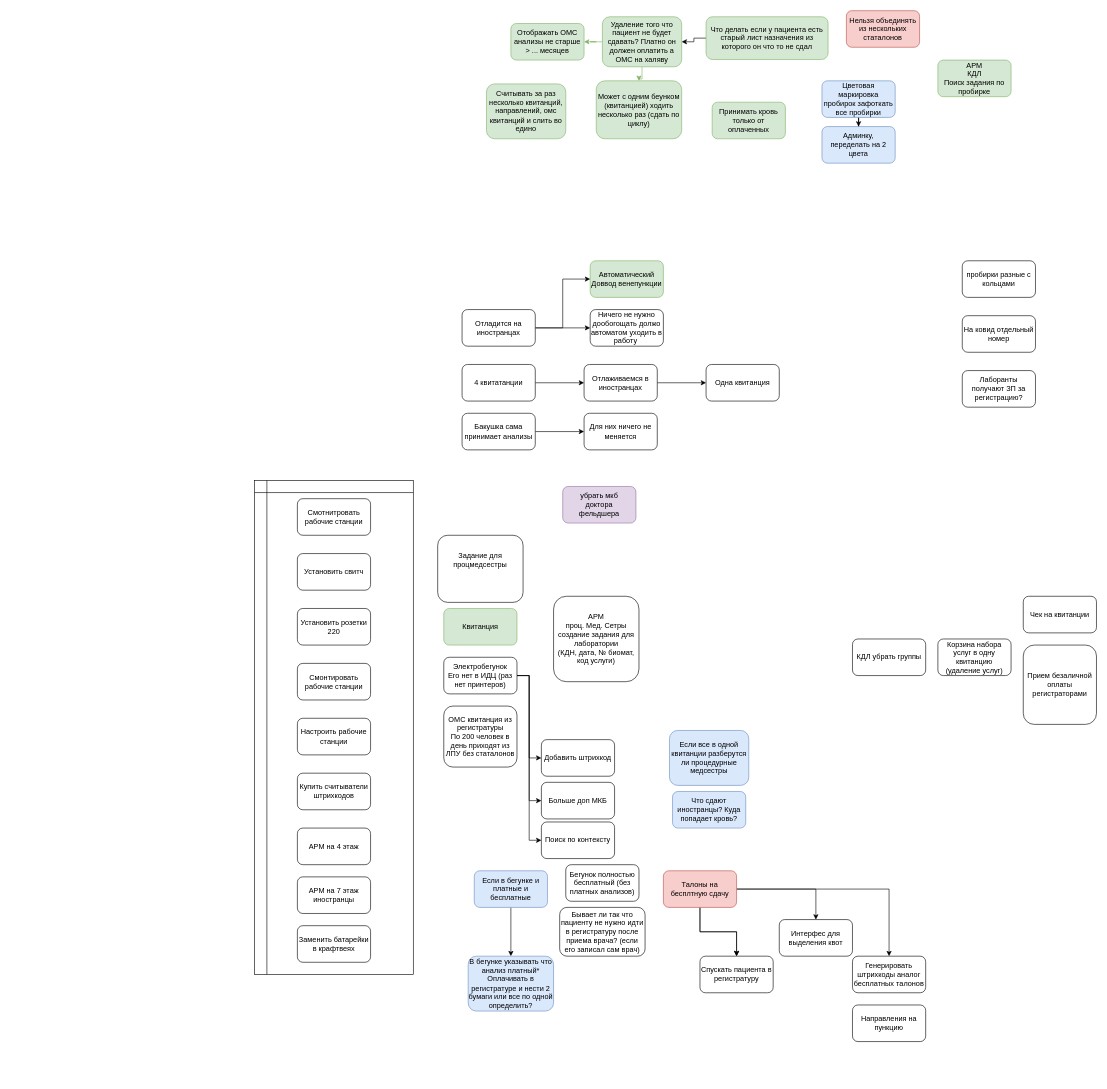
Above: Untitled Diagram.drawio in MikeBelov/MikeBov (draw.io), before the change. Source tidied: cells renumbered, new cells numbered last; positions are measured from the earlier drawing's top-left corner, leaving out a move shared by most shapes. Both pictures are drawn from the tidied source at 61%, with x=0, y=0 at pixel (254, 10).
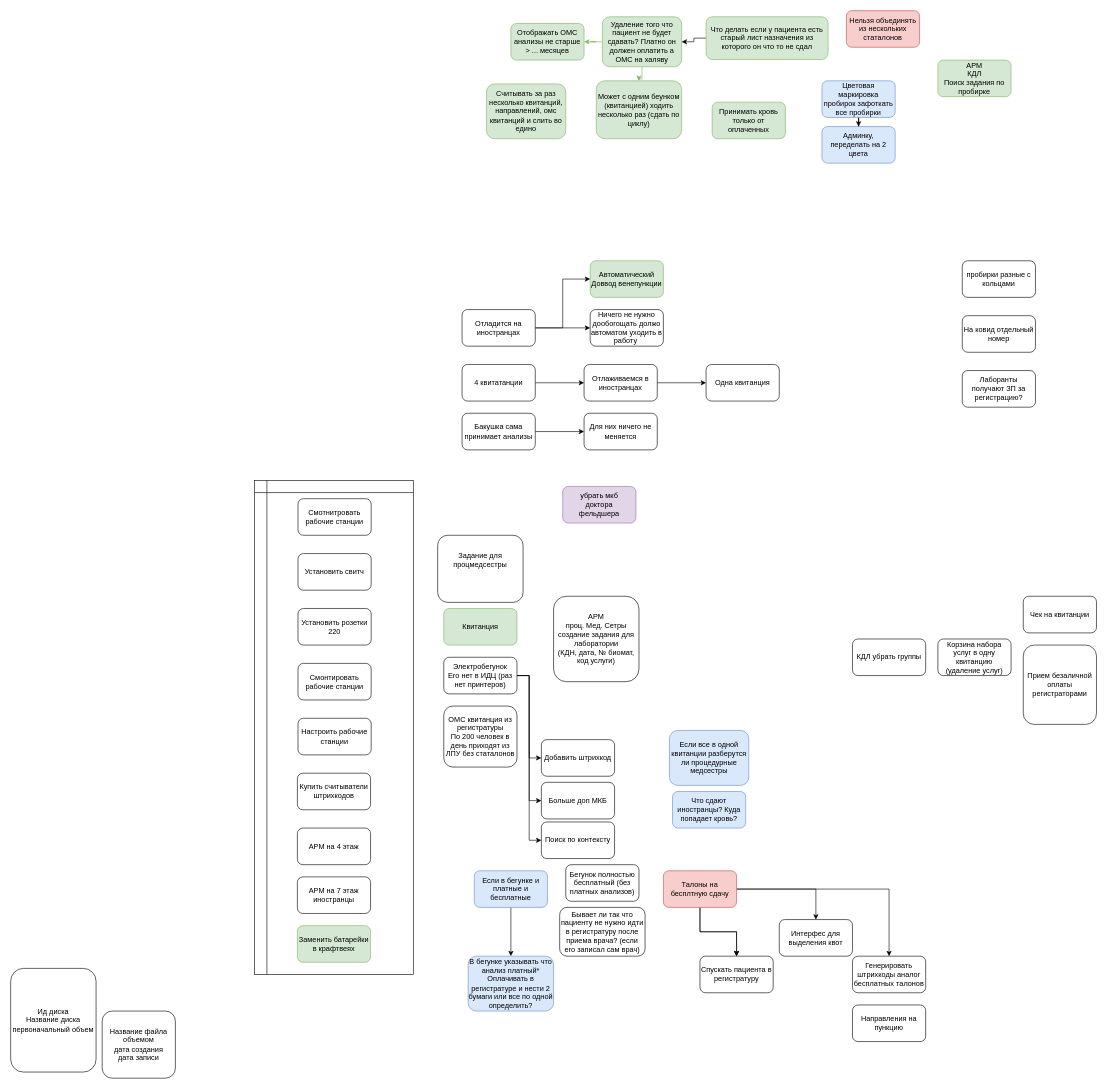
The same diagram, later.

Change to the diagram source:
```diff
@@
     <mxCell id="11" style="group;" parent="1" vertex="1">
-      <mxGeometry x="70" y="800" width="120" height="420" as="geometry" />
+      <mxGeometry x="71" y="800" width="120" height="420" as="geometry" />
     </mxCell>
@@
-    <mxCell id="33" value="Заменить батарейки в крафтвеях" style="rounded=1;whiteSpace=wrap;html=1;" parent="1" vertex="1">
+    <mxCell id="33" value="Заменить батарейки в крафтвеях" style="rounded=1;whiteSpace=wrap;html=1;fillColor=#d5e8d4;strokeColor=#82b366;" parent="1" vertex="1">
       <mxGeometry x="70" y="1500" width="120" height="60" as="geometry" />
     </mxCell>
@@
+    <mxCell id="75" value="Ид диска&lt;br&gt;Название диска&lt;br&gt;первоначальный объем" style="rounded=1;whiteSpace=wrap;html=1;" parent="1" vertex="1">
+      <mxGeometry x="-400" y="1570" width="140" height="170" as="geometry" />
+    </mxCell>
+    <mxCell id="76" value="&lt;span&gt;Название файла объемом&lt;br&gt;дата создания&lt;br&gt;дата записи&lt;br&gt;&lt;/span&gt;" style="rounded=1;whiteSpace=wrap;html=1;" parent="1" vertex="1">
+      <mxGeometry x="-250" y="1640" width="120" height="110" as="geometry" />
+    </mxCell>
```
